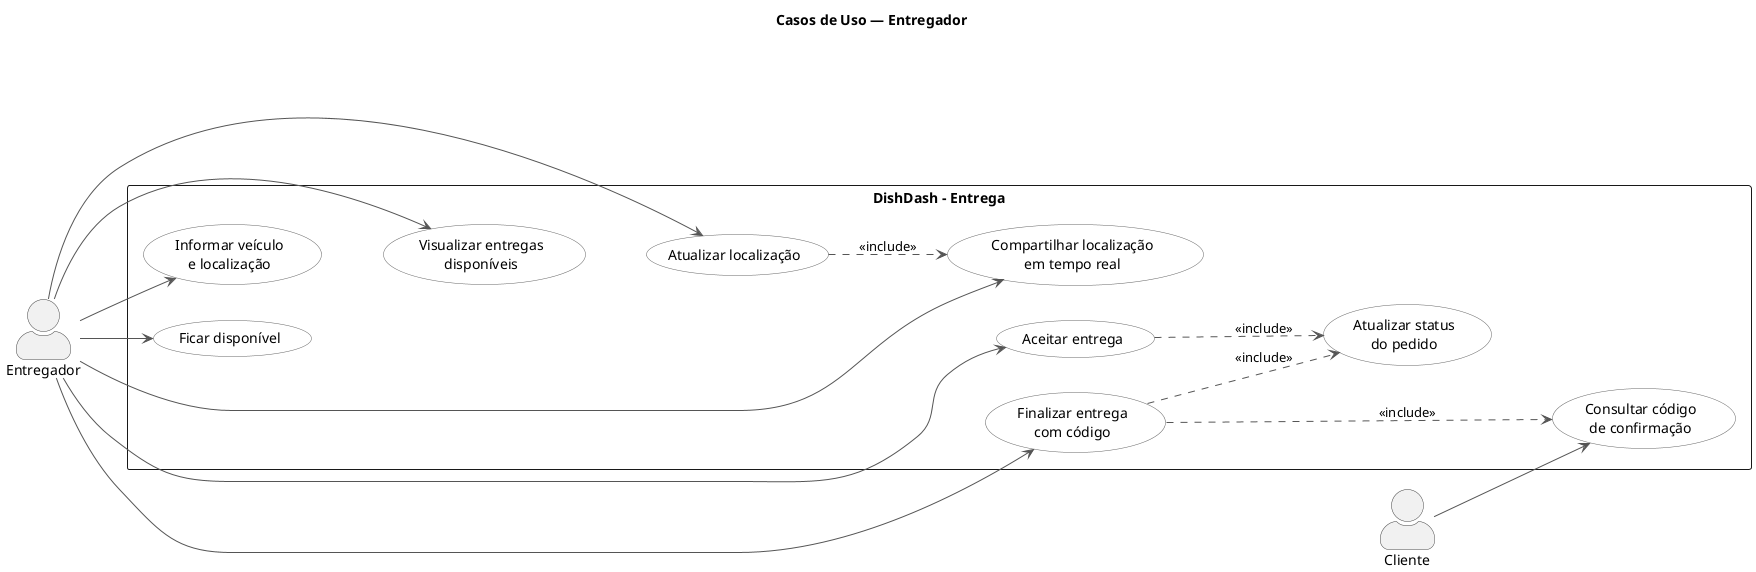
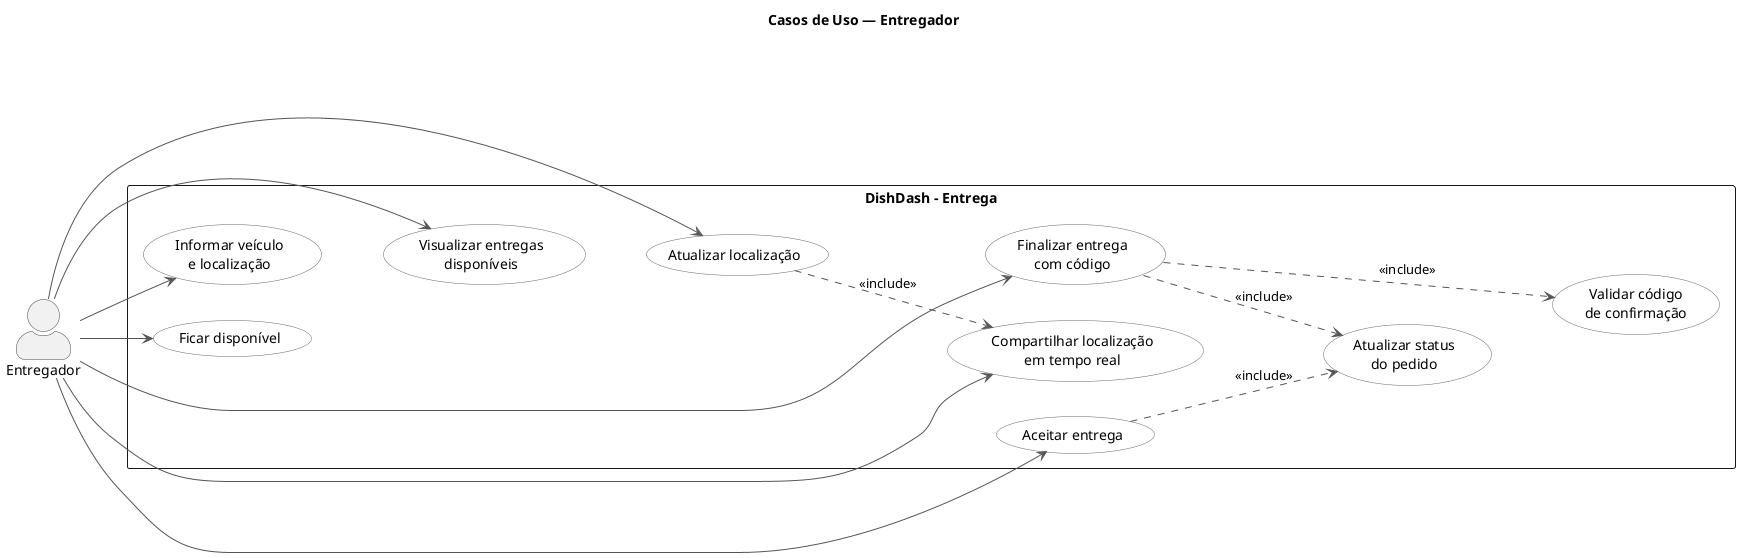
@startuml
title Casos de Uso — Entregador

left to right direction

skinparam shadowing false
skinparam packageStyle rectangle
skinparam actorStyle awesome
skinparam ArrowColor #555555

skinparam usecase {
  BackgroundColor white
  BorderColor #666666
}

skinparam actor {
  BorderColor #444444
}

actor "Entregador" as Entregador
- actor "Cliente" as Cliente

rectangle "DishDash - Entrega" {
  usecase "Ficar disponível" as UC01
  usecase "Informar veículo\ne localização" as UC02
  usecase "Visualizar entregas\ndisponíveis" as UC03
  usecase "Aceitar entrega" as UC04
  usecase "Atualizar localização" as UC05
  usecase "Compartilhar localização\nem tempo real" as UC06
  usecase "Finalizar entrega\ncom código" as UC07
  usecase "Atualizar status\ndo pedido" as UC08
-   usecase "Consultar código\nde confirmação" as UC09
+   usecase "Validar código\nde confirmação" as UC09
}

Entregador --> UC01
Entregador --> UC02
Entregador --> UC03
Entregador --> UC04
Entregador --> UC05
Entregador --> UC06
Entregador --> UC07

- Cliente --> UC09
- 
UC04 ..> UC08 : <<include>>
UC05 ..> UC06 : <<include>>
+ UC07 ..> UC09 : <<include>>
UC07 ..> UC08 : <<include>>
- UC07 ..> UC09 : <<include>>

' Ligações ocultas para melhorar distribuição
UC01 -[hidden]-> UC03
UC03 -[hidden]-> UC05
UC05 -[hidden]-> UC07
UC08 -[hidden]-> UC09

@enduml